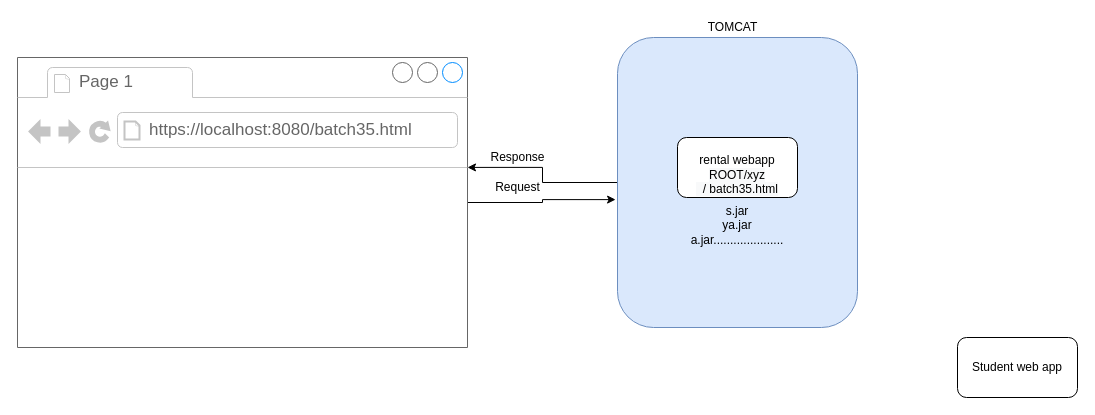
Earlier version of the draw.io diagram page "Tomcat" (8 of 8) of Batch35_Draw.io.drawio (jayramrout/batch35). Source tidied: cells renumbered, new cells numbered last; positions are measured from the earlier drawing's top-left corner, leaving out a move shared by most shapes. Both pictures are drawn from the tidied source at 100%, with x=0, y=0 at pixel (17, 17).
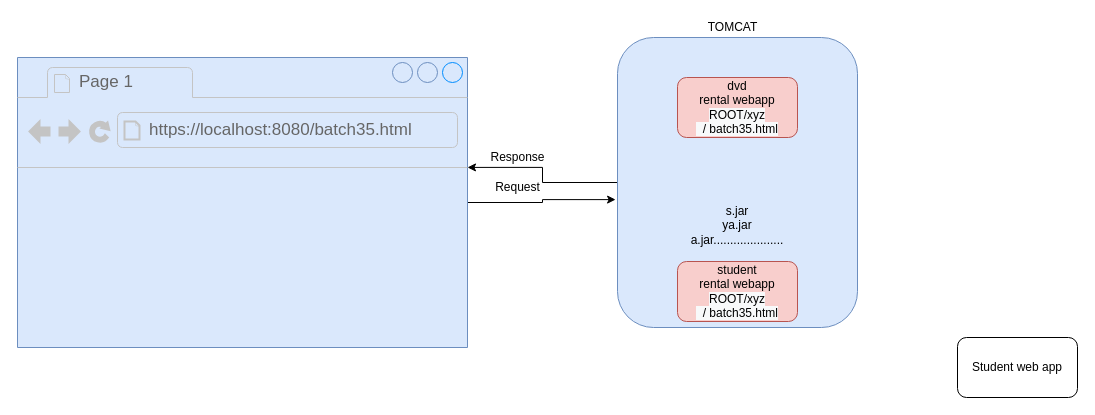
The same page after the edit.

The edit, as a diff of the source:
```diff
@@
 <mxGraphModel>
   <root>
     <mxCell id="0" />
     <mxCell id="1" parent="0" />
     <mxCell id="2" style="edgeStyle=orthogonalEdgeStyle;rounded=0;jettySize=auto;html=1;entryX=1;entryY=0.379;entryDx=0;entryDy=0;entryPerimeter=0;" parent="1" edge="1" source="3" target="6">
       <mxGeometry relative="1" as="geometry" />
     </mxCell>
     <mxCell id="3" value="&lt;br&gt;&lt;br&gt;&lt;br&gt;&lt;br&gt;&lt;br&gt;&lt;br&gt;s.jar&lt;br&gt;ya.jar&lt;br&gt;a.jar....................." style="rounded=1;whiteSpace=wrap;html=1;fillColor=#dae8fc;strokeColor=#6c8ebf;" parent="1" vertex="1">
       <mxGeometry x="600" y="20" width="240" height="290" as="geometry" />
     </mxCell>
     <mxCell id="4" value="TOMCAT" style="text;html=1;align=center;verticalAlign=middle;" parent="1" vertex="1">
       <mxGeometry x="680" width="70" height="20" as="geometry" />
     </mxCell>
     <mxCell id="5" style="edgeStyle=orthogonalEdgeStyle;rounded=0;jettySize=auto;html=1;entryX=-0.008;entryY=0.559;entryDx=0;entryDy=0;entryPerimeter=0;" parent="1" edge="1" source="6" target="3">
       <mxGeometry relative="1" as="geometry" />
     </mxCell>
-    <mxCell id="6" style="strokeWidth=1;shadow=0;dashed=0;align=center;html=1;shape=mxgraph.mockup.containers.browserWindow;rSize=0;strokeColor=#666666;strokeColor2=#008cff;strokeColor3=#c4c4c4;mainText=,;" parent="1" vertex="1">
+    <mxCell id="6" style="strokeWidth=1;shadow=0;dashed=0;align=center;html=1;shape=mxgraph.mockup.containers.browserWindow;rSize=0;strokeColor=#6c8ebf;strokeColor2=#008cff;strokeColor3=#c4c4c4;mainText=,;fillColor=#dae8fc;" parent="1" vertex="1">
       <mxGeometry y="40" width="450" height="290" as="geometry" />
     </mxCell>
     <mxCell id="7" value="Page 1" style="strokeWidth=1;shadow=0;dashed=0;align=center;html=1;shape=mxgraph.mockup.containers.anchor;fontSize=17;fontColor=#666666;align=left;" parent="6" vertex="1">
       <mxGeometry x="60" y="12" width="110" height="26" as="geometry" />
     </mxCell>
     <mxCell id="8" value="https://localhost:8080/batch35.html" style="strokeWidth=1;shadow=0;dashed=0;align=center;html=1;shape=mxgraph.mockup.containers.anchor;rSize=0;fontSize=17;fontColor=#666666;align=left;" parent="6" vertex="1">
       <mxGeometry x="130" y="60" width="250" height="26" as="geometry" />
     </mxCell>
-    <mxCell id="9" value="&lt;br&gt;rental webapp&lt;br&gt;&lt;span style=&quot;color: rgb(0 , 0 , 0) ; font-family: &amp;#34;helvetica&amp;#34; ; font-size: 12px ; font-style: normal ; font-weight: 400 ; letter-spacing: normal ; text-align: center ; text-indent: 0px ; text-transform: none ; word-spacing: 0px ; background-color: rgb(248 , 249 , 250) ; display: inline ; float: none&quot;&gt;ROOT/xyz&lt;/span&gt;&lt;br style=&quot;color: rgb(0 , 0 , 0) ; font-family: &amp;#34;helvetica&amp;#34; ; font-size: 12px ; font-style: normal ; font-weight: 400 ; letter-spacing: normal ; text-align: center ; text-indent: 0px ; text-transform: none ; word-spacing: 0px ; background-color: rgb(248 , 249 , 250)&quot;&gt;&lt;span style=&quot;color: rgb(0 , 0 , 0) ; font-family: &amp;#34;helvetica&amp;#34; ; font-size: 12px ; font-style: normal ; font-weight: 400 ; letter-spacing: normal ; text-align: center ; text-indent: 0px ; text-transform: none ; word-spacing: 0px ; background-color: rgb(248 , 249 , 250) ; display: inline ; float: none&quot;&gt;&amp;nbsp; / batch35.html&lt;/span&gt;&lt;br&gt;" style="rounded=1;whiteSpace=wrap;html=1;" parent="1" vertex="1">
-      <mxGeometry x="660" y="120" width="120" height="60" as="geometry" />
+    <mxCell id="9" value="dvd&lt;br&gt;rental webapp&lt;br&gt;&lt;span style=&quot;color: rgb(0 , 0 , 0) ; font-family: &amp;#34;helvetica&amp;#34; ; font-size: 12px ; font-style: normal ; font-weight: 400 ; letter-spacing: normal ; text-align: center ; text-indent: 0px ; text-transform: none ; word-spacing: 0px ; background-color: rgb(248 , 249 , 250) ; display: inline ; float: none&quot;&gt;ROOT/xyz&lt;/span&gt;&lt;br style=&quot;color: rgb(0 , 0 , 0) ; font-family: &amp;#34;helvetica&amp;#34; ; font-size: 12px ; font-style: normal ; font-weight: 400 ; letter-spacing: normal ; text-align: center ; text-indent: 0px ; text-transform: none ; word-spacing: 0px ; background-color: rgb(248 , 249 , 250)&quot;&gt;&lt;span style=&quot;color: rgb(0 , 0 , 0) ; font-family: &amp;#34;helvetica&amp;#34; ; font-size: 12px ; font-style: normal ; font-weight: 400 ; letter-spacing: normal ; text-align: center ; text-indent: 0px ; text-transform: none ; word-spacing: 0px ; background-color: rgb(248 , 249 , 250) ; display: inline ; float: none&quot;&gt;&amp;nbsp; / batch35.html&lt;/span&gt;" style="rounded=1;whiteSpace=wrap;html=1;fillColor=#f8cecc;strokeColor=#b85450;" parent="1" vertex="1">
+      <mxGeometry x="660" y="60" width="120" height="60" as="geometry" />
     </mxCell>
     <mxCell id="10" value="Student web app" style="rounded=1;whiteSpace=wrap;html=1;" parent="1" vertex="1">
       <mxGeometry x="940" y="320" width="120" height="60" as="geometry" />
     </mxCell>
     <mxCell id="11" value="Request" style="text;html=1;align=center;verticalAlign=middle;" parent="1" vertex="1">
       <mxGeometry x="470" y="160" width="60" height="20" as="geometry" />
     </mxCell>
     <mxCell id="12" value="Response" style="text;html=1;align=center;verticalAlign=middle;" parent="1" vertex="1">
       <mxGeometry x="465" y="130" width="70" height="20" as="geometry" />
     </mxCell>
+    <mxCell id="13" value="student&lt;br&gt;rental webapp&lt;br&gt;&lt;span style=&quot;color: rgb(0 , 0 , 0) ; font-family: &amp;#34;helvetica&amp;#34; ; font-size: 12px ; font-style: normal ; font-weight: 400 ; letter-spacing: normal ; text-align: center ; text-indent: 0px ; text-transform: none ; word-spacing: 0px ; background-color: rgb(248 , 249 , 250) ; display: inline ; float: none&quot;&gt;ROOT/xyz&lt;/span&gt;&lt;br style=&quot;color: rgb(0 , 0 , 0) ; font-family: &amp;#34;helvetica&amp;#34; ; font-size: 12px ; font-style: normal ; font-weight: 400 ; letter-spacing: normal ; text-align: center ; text-indent: 0px ; text-transform: none ; word-spacing: 0px ; background-color: rgb(248 , 249 , 250)&quot;&gt;&lt;span style=&quot;color: rgb(0 , 0 , 0) ; font-family: &amp;#34;helvetica&amp;#34; ; font-size: 12px ; font-style: normal ; font-weight: 400 ; letter-spacing: normal ; text-align: center ; text-indent: 0px ; text-transform: none ; word-spacing: 0px ; background-color: rgb(248 , 249 , 250) ; display: inline ; float: none&quot;&gt;&amp;nbsp; / batch35.html&lt;/span&gt;" style="rounded=1;whiteSpace=wrap;html=1;fillColor=#f8cecc;strokeColor=#b85450;" parent="1" vertex="1">
+      <mxGeometry x="660" y="244" width="120" height="60" as="geometry" />
+    </mxCell>
   </root>
 </mxGraphModel>
```
